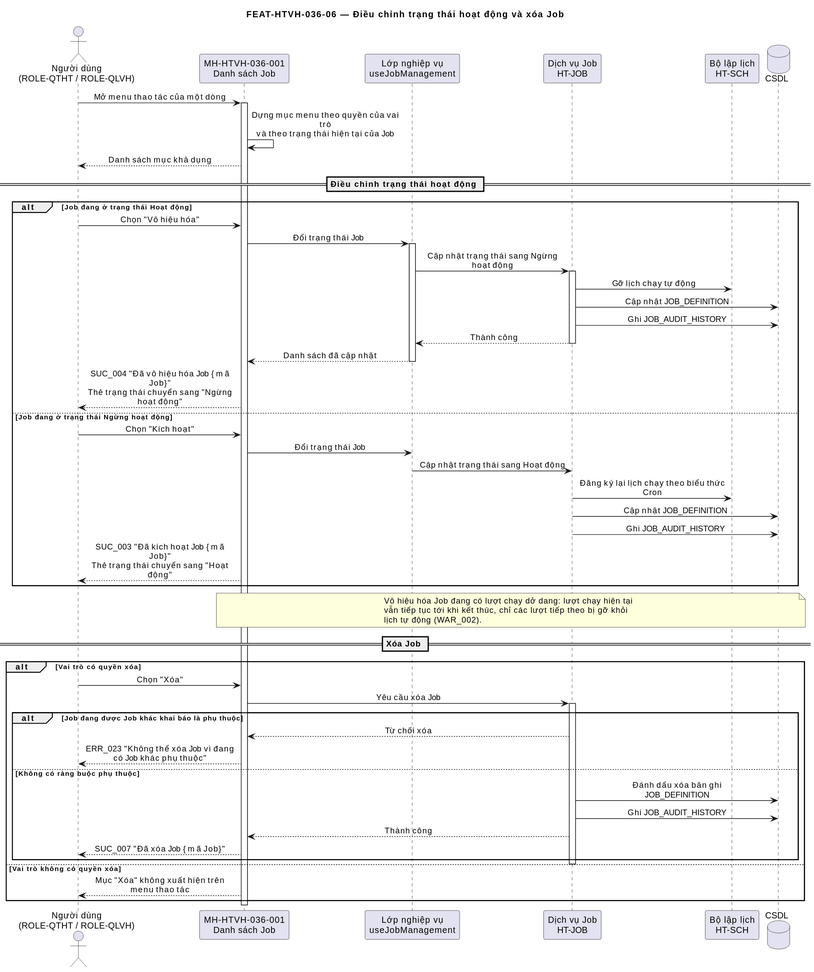
This is docs/specifications/diagrams/FUNC-HTVH-036_seq-06.svg from NgocTDA/cic-core-system, a PlantUML export, as it was before one commit.
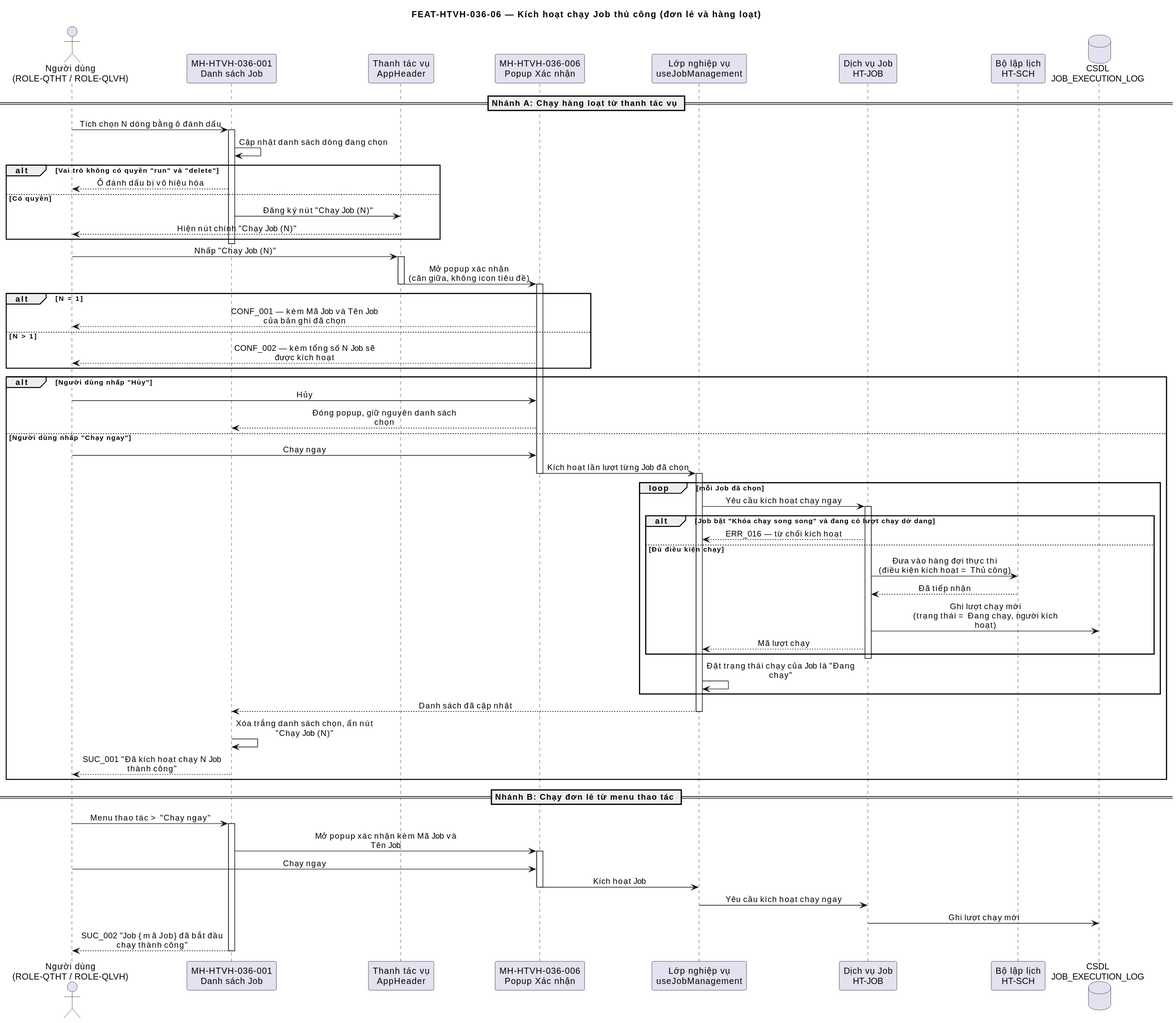
After the change.

What changed in the source:
```diff
@@ -1,69 +1,79 @@
 @startuml
-title FEAT-HTVH-036-06 — Điều chỉnh trạng thái hoạt động và xóa Job
+title FEAT-HTVH-036-06 — Kích hoạt chạy Job thủ công (đơn lẻ và hàng loạt)
 
 skinparam sequenceMessageAlign center
 skinparam maxMessageSize 240
 
 actor "Người dùng\n(ROLE-QTHT / ROLE-QLVH)" as NSD
 participant "MH-HTVH-036-001\nDanh sách Job" as MH_DS
+participant "Thanh tác vụ\nAppHeader" as CMP_HEADER
+participant "MH-HTVH-036-006\nPopup Xác nhận" as MH_CONF
 participant "Lớp nghiệp vụ\nuseJobManagement" as HT_LOGIC
 participant "Dịch vụ Job\nHT-JOB" as HT_JOB
 participant "Bộ lập lịch\nHT-SCH" as HT_SCH
-database "CSDL" as CSDL
+database "CSDL\nJOB_EXECUTION_LOG" as CSDL
 
-NSD -> MH_DS : Mở menu thao tác của một dòng
+== Nhánh A: Chạy hàng loạt từ thanh tác vụ ==
+NSD -> MH_DS : Tích chọn N dòng bằng ô đánh dấu
 activate MH_DS
-MH_DS -> MH_DS : Dựng mục menu theo quyền của vai trò\nvà theo trạng thái hiện tại của Job
-MH_DS --> NSD : Danh sách mục khả dụng
+MH_DS -> MH_DS : Cập nhật danh sách dòng đang chọn
+alt Vai trò không có quyền "run" và "delete"
+  MH_DS --> NSD : Ô đánh dấu bị vô hiệu hóa
+else Có quyền
+  MH_DS -> CMP_HEADER : Đăng ký nút "Chạy Job (N)"
+  CMP_HEADER --> NSD : Hiện nút chính "Chạy Job (N)"
+end
+deactivate MH_DS
 
-== Điều chỉnh trạng thái hoạt động ==
-alt Job đang ở trạng thái Hoạt động
-  NSD -> MH_DS : Chọn "Vô hiệu hóa"
-  MH_DS -> HT_LOGIC : Đổi trạng thái Job
+NSD -> CMP_HEADER : Nhấp "Chạy Job (N)"
+activate CMP_HEADER
+CMP_HEADER -> MH_CONF : Mở popup xác nhận\n(căn giữa, không icon tiêu đề)
+deactivate CMP_HEADER
+activate MH_CONF
+alt N = 1
+  MH_CONF --> NSD : CONF_001 — kèm Mã Job và Tên Job của bản ghi đã chọn
+else N > 1
+  MH_CONF --> NSD : CONF_002 — kèm tổng số N Job sẽ được kích hoạt
+end
+
+alt Người dùng nhấp "Hủy"
+  NSD -> MH_CONF : Hủy
+  MH_CONF --> MH_DS : Đóng popup, giữ nguyên danh sách chọn
+else Người dùng nhấp "Chạy ngay"
+  NSD -> MH_CONF : Chạy ngay
+  MH_CONF -> HT_LOGIC : Kích hoạt lần lượt từng Job đã chọn
+  deactivate MH_CONF
   activate HT_LOGIC
-  HT_LOGIC -> HT_JOB : Cập nhật trạng thái sang Ngừng hoạt động
-  activate HT_JOB
-  HT_JOB -> HT_SCH : Gỡ lịch chạy tự động
-  HT_JOB -> CSDL : Cập nhật JOB_DEFINITION
-  HT_JOB -> CSDL : Ghi JOB_AUDIT_HISTORY
-  HT_JOB --> HT_LOGIC : Thành công
-  deactivate HT_JOB
+  loop mỗi Job đã chọn
+    HT_LOGIC -> HT_JOB : Yêu cầu kích hoạt chạy ngay
+    activate HT_JOB
+    alt Job bật "Khóa chạy song song" và đang có lượt chạy dở dang
+      HT_JOB --> HT_LOGIC : ERR_016 — từ chối kích hoạt
+    else Đủ điều kiện chạy
+      HT_JOB -> HT_SCH : Đưa vào hàng đợi thực thi\n(điều kiện kích hoạt = Thủ công)
+      HT_SCH --> HT_JOB : Đã tiếp nhận
+      HT_JOB -> CSDL : Ghi lượt chạy mới\n(trạng thái = Đang chạy, người kích hoạt)
+      HT_JOB --> HT_LOGIC : Mã lượt chạy
+    end
+    deactivate HT_JOB
+    HT_LOGIC -> HT_LOGIC : Đặt trạng thái chạy của Job là "Đang chạy"
+  end
   HT_LOGIC --> MH_DS : Danh sách đã cập nhật
   deactivate HT_LOGIC
-  MH_DS --> NSD : SUC_004 "Đã vô hiệu hóa Job {mã Job}"\nThẻ trạng thái chuyển sang "Ngừng hoạt động"
-else Job đang ở trạng thái Ngừng hoạt động
-  NSD -> MH_DS : Chọn "Kích hoạt"
-  MH_DS -> HT_LOGIC : Đổi trạng thái Job
-  HT_LOGIC -> HT_JOB : Cập nhật trạng thái sang Hoạt động
-  HT_JOB -> HT_SCH : Đăng ký lại lịch chạy theo biểu thức Cron
-  HT_JOB -> CSDL : Cập nhật JOB_DEFINITION
-  HT_JOB -> CSDL : Ghi JOB_AUDIT_HISTORY
-  MH_DS --> NSD : SUC_003 "Đã kích hoạt Job {mã Job}"\nThẻ trạng thái chuyển sang "Hoạt động"
+  MH_DS -> MH_DS : Xóa trắng danh sách chọn, ẩn nút "Chạy Job (N)"
+  MH_DS --> NSD : SUC_001 "Đã kích hoạt chạy N Job thành công"
 end
 
-note over MH_DS, CSDL
-  Vô hiệu hóa Job đang có lượt chạy dở dang: lượt chạy hiện tại
-  vẫn tiếp tục tới khi kết thúc, chỉ các lượt tiếp theo bị gỡ khỏi
-  lịch tự động (WAR_002).
-end note
-
-== Xóa Job ==
-alt Vai trò có quyền xóa
-  NSD -> MH_DS : Chọn "Xóa"
-  MH_DS -> HT_JOB : Yêu cầu xóa Job
-  activate HT_JOB
-  alt Job đang được Job khác khai báo là phụ thuộc
-    HT_JOB --> MH_DS : Từ chối xóa
-    MH_DS --> NSD : ERR_023 "Không thể xóa Job vì đang có Job khác phụ thuộc"
-  else Không có ràng buộc phụ thuộc
-    HT_JOB -> CSDL : Đánh dấu xóa bản ghi JOB_DEFINITION
-    HT_JOB -> CSDL : Ghi JOB_AUDIT_HISTORY
-    HT_JOB --> MH_DS : Thành công
-    MH_DS --> NSD : SUC_007 "Đã xóa Job {mã Job}"
-  end
-  deactivate HT_JOB
-else Vai trò không có quyền xóa
-  MH_DS --> NSD : Mục "Xóa" không xuất hiện trên menu thao tác
-end
+== Nhánh B: Chạy đơn lẻ từ menu thao tác ==
+NSD -> MH_DS : Menu thao tác > "Chạy ngay"
+activate MH_DS
+MH_DS -> MH_CONF : Mở popup xác nhận kèm Mã Job và Tên Job
+activate MH_CONF
+NSD -> MH_CONF : Chạy ngay
+MH_CONF -> HT_LOGIC : Kích hoạt Job
+deactivate MH_CONF
+HT_LOGIC -> HT_JOB : Yêu cầu kích hoạt chạy ngay
+HT_JOB -> CSDL : Ghi lượt chạy mới
+MH_DS --> NSD : SUC_002 "Job {mã Job} đã bắt đầu chạy thành công"
 deactivate MH_DS
 @enduml
```
